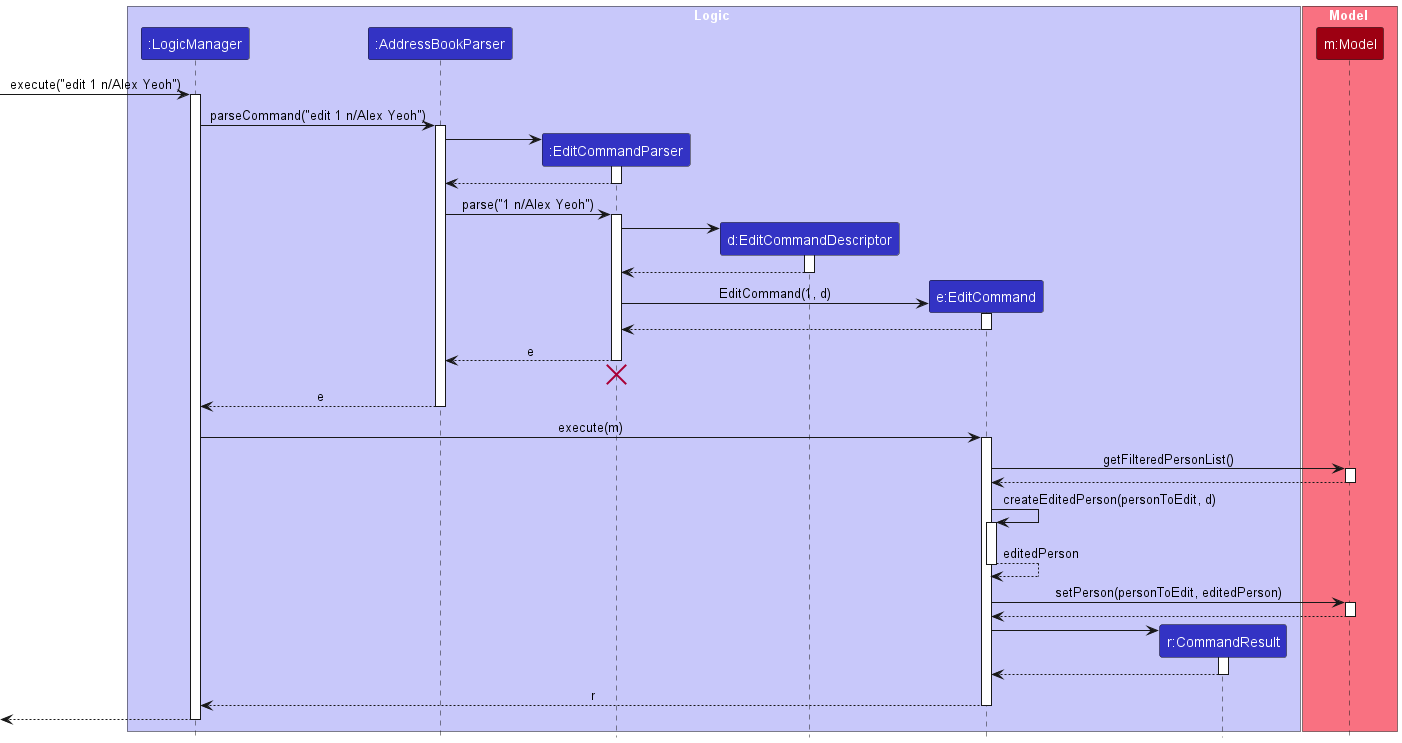
Above: docs/images/EditSequenceDiagram-Logic.png in nus-cs2103-AY2324S2/tp (PlantUML), before the change.
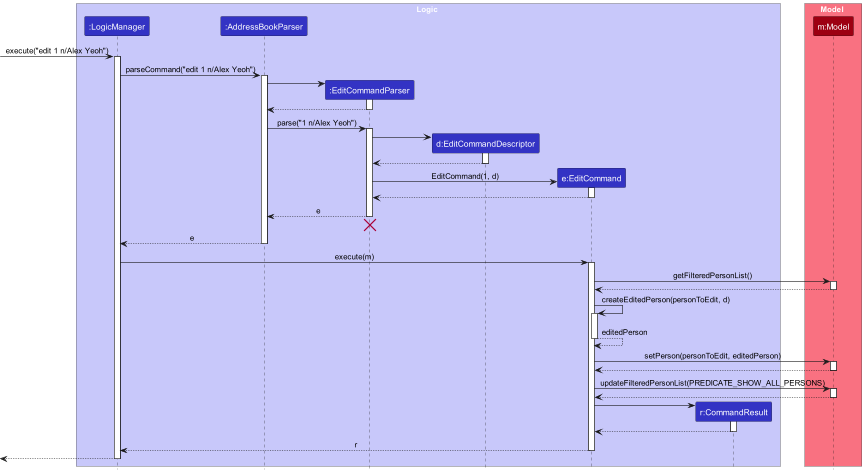
After the commit.

Commit message:
Update UML diagram

The edit, as a diff of the source:
```diff
@@ -76,6 +76,12 @@
 Model --> EditCommand :
 deactivate Model
 
+EditCommand -> Model : updateFilteredPersonList(PREDICATE_SHOW_ALL_PERSONS)
+activate Model
+
+Model --> EditCommand:
+deactivate Model
+
 create CommandResult
 EditCommand -> CommandResult
 activate CommandResult
```
